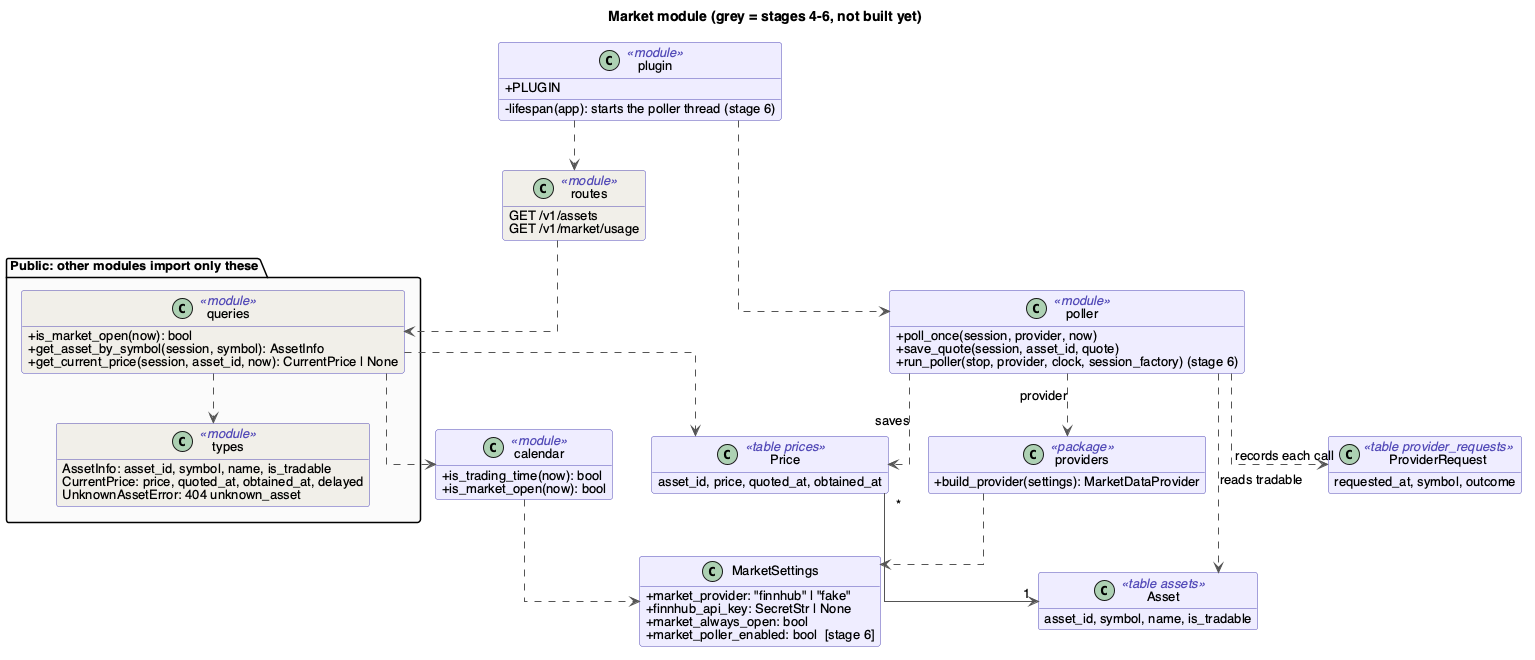
Earlier version of the PlantUML export docs/Design/SoftArchitecture/figures/market.png (davislenover/BurnNEarn). The source it was exported from:
```plantuml
@startuml market
!include style.iuml
title Market module (grey = stages 4-6, not built yet)

package "Public: other modules import only these" #FAFAFA {
  class queries <<module>> #F1EFE8 {
    +is_market_open(now): bool
    +get_asset_by_symbol(session, symbol): AssetInfo
    +get_current_price(session, asset_id, now): CurrentPrice | None
  }
  class types <<module>> #F1EFE8 {
    AssetInfo: asset_id, symbol, name, is_tradable
    CurrentPrice: price, quoted_at, obtained_at, delayed
    UnknownAssetError: 404 unknown_asset
  }
}

class routes <<module>> #F1EFE8 {
  GET /v1/assets
  GET /v1/market/usage
}
class plugin <<module>> {
  +PLUGIN
  -lifespan(app): starts the poller thread (stage 6)
}
class poller <<module>> {
  +poll_once(session, provider, now)
  +save_quote(session, asset_id, quote)
  +run_poller(stop, provider, clock, session_factory) (stage 6)
}
class calendar <<module>> {
  +is_trading_time(now): bool
  +is_market_open(now): bool
}
class MarketSettings {
  +market_provider: "finnhub" | "fake"
  +finnhub_api_key: SecretStr | None
  +market_always_open: bool
  +market_poller_enabled: bool  [stage 6]
}
class providers <<package>> {
  +build_provider(settings): MarketDataProvider
}
class Asset <<table assets>> {
  asset_id, symbol, name, is_tradable
}
class Price <<table prices>> {
  asset_id, price, quoted_at, obtained_at
}
class ProviderRequest <<table provider_requests>> {
  requested_at, symbol, outcome
}

plugin ..> routes
plugin ..> poller
routes ..> queries
queries ..> types
queries ..> calendar
queries ..> Price
poller ..> providers : provider
poller ..> Price : saves
poller ..> ProviderRequest : records each call
poller ..> Asset : reads tradable
calendar ..> MarketSettings
providers ..> MarketSettings
Price "*" --> "1" Asset
@enduml
```
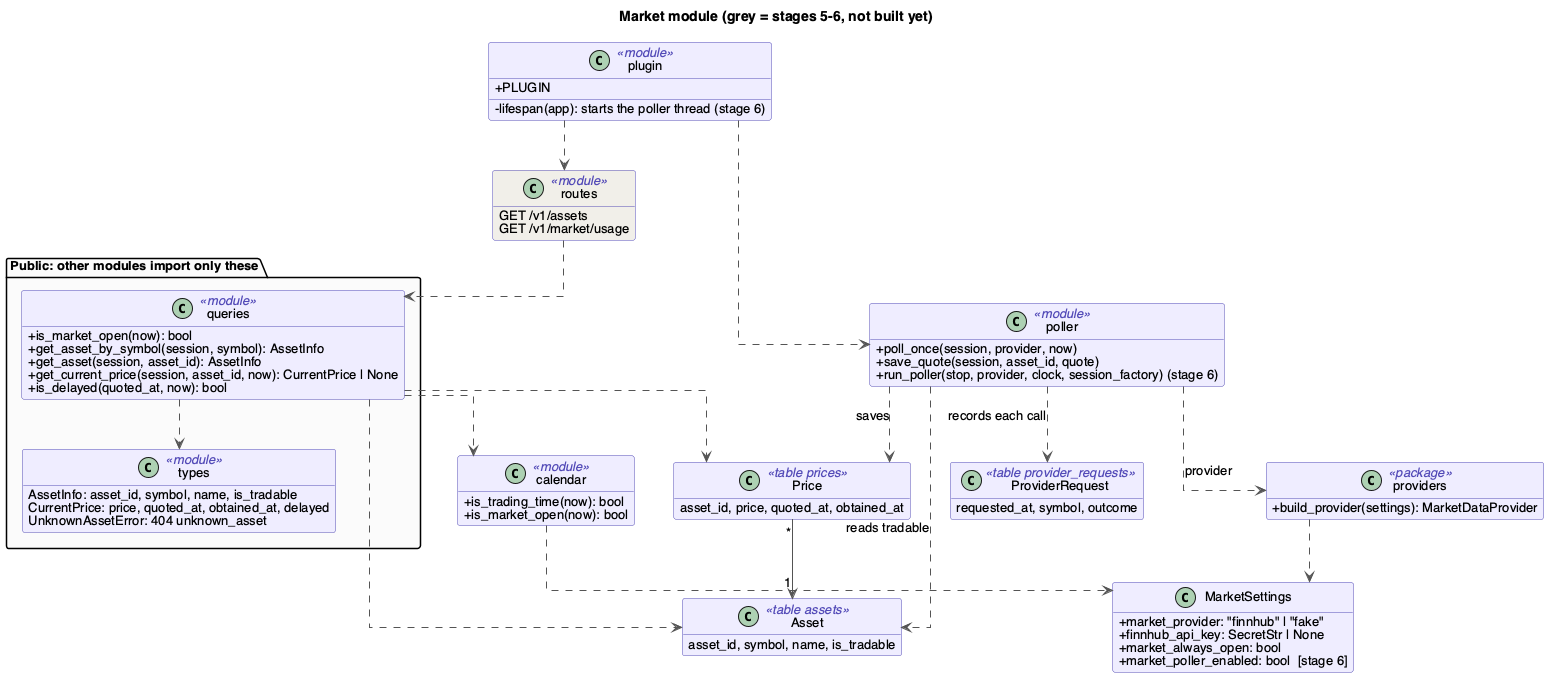
Above is the later version.

Commit message:
Add market queries and the read-only types other modules use (#187)

Diff of the diagram source:
```diff
@@ -1,14 +1,16 @@
 @startuml market
 !include style.iuml
-title Market module (grey = stages 4-6, not built yet)
+title Market module (grey = stages 5-6, not built yet)
 
 package "Public: other modules import only these" #FAFAFA {
-  class queries <<module>> #F1EFE8 {
+  class queries <<module>> {
     +is_market_open(now): bool
     +get_asset_by_symbol(session, symbol): AssetInfo
+    +get_asset(session, asset_id): AssetInfo
     +get_current_price(session, asset_id, now): CurrentPrice | None
+    +is_delayed(quoted_at, now): bool
   }
-  class types <<module>> #F1EFE8 {
+  class types <<module>> {
     AssetInfo: asset_id, symbol, name, is_tradable
     CurrentPrice: price, quoted_at, obtained_at, delayed
     UnknownAssetError: 404 unknown_asset
@@ -57,6 +59,7 @@
 queries ..> types
 queries ..> calendar
 queries ..> Price
+queries ..> Asset
 poller ..> providers : provider
 poller ..> Price : saves
 poller ..> ProviderRequest : records each call
```
